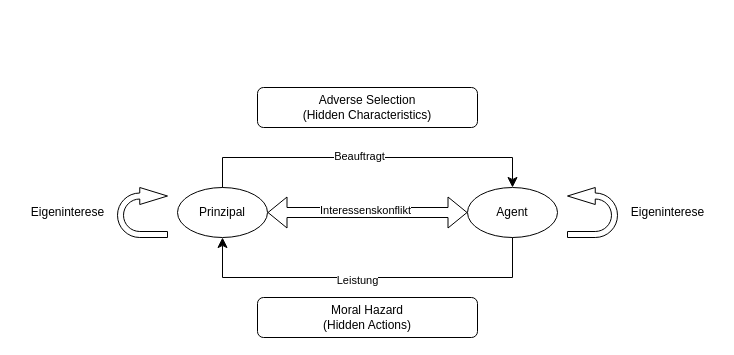
The draw.io diagram Kursstufe/Wirtschaft/graphs/Unbenanntes Diagramm.drawio in FaolanBig/Schule, before the edit. Source tidied: cells renumbered, new cells numbered last; positions are measured from the earlier drawing's top-left corner, leaving out a move shared by most shapes. Both pictures are drawn from the tidied source at 100%, with x=0, y=0 at pixel (17, 87).
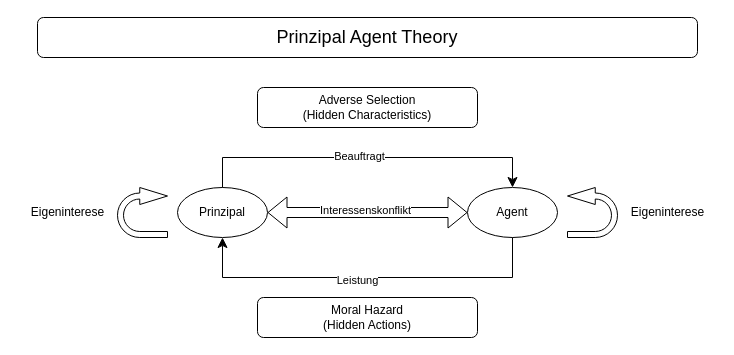
The same diagram, later.

What changed in the source:
```diff
@@
+    <mxCell id="16" value="&lt;font style=&quot;font-size: 18px;&quot;&gt;Prinzipal Agent Theory&lt;/font&gt;" style="rounded=1;whiteSpace=wrap;html=1;" parent="1" vertex="1">
+      <mxGeometry x="20" y="-70" width="660" height="40" as="geometry" />
+    </mxCell>
```
